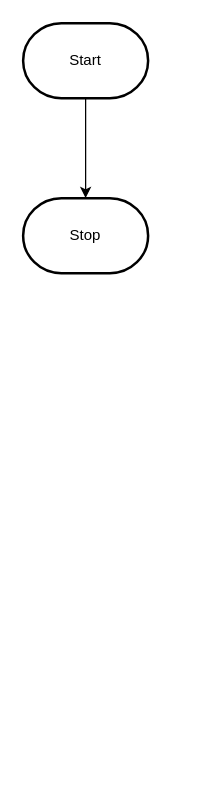
Before: design/flowchart.drawio in MTHS-TEJ2O-1-2023/TEJ2O-Unit-5-05-angelo-yalung, a draw.io diagram. Source tidied: cells renumbered, new cells numbered last; positions are measured from the earlier drawing's top-left corner, leaving out a move shared by most shapes. Both pictures are drawn from the tidied source at 125%, with x=0, y=0 at pixel (22, 22).
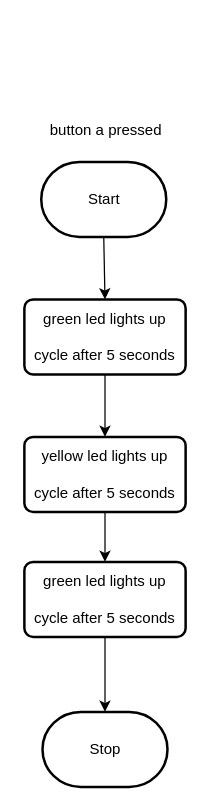
Above is the later version.

Diff of the diagram source:
```diff
@@
 <mxGraphModel>
   <root>
     <mxCell id="0" />
     <mxCell id="1" parent="0" />
-    <mxCell id="2" style="edgeStyle=orthogonalEdgeStyle;html=1;rounded=0;" parent="1" edge="1" source="3" target="4">
-      <mxGeometry relative="1" as="geometry" />
-    </mxCell>
+    <mxCell id="4" value="Stop" style="strokeWidth=2;html=1;shape=mxgraph.flowchart.terminator;whiteSpace=wrap;" parent="1" vertex="1">
+      <mxGeometry x="15.5" y="551" width="100" height="60" as="geometry" />
+    </mxCell>
+    <mxCell id="5" style="edgeStyle=none;html=1;exitX=0.5;exitY=1;exitDx=0;exitDy=0;entryX=0.5;entryY=0;entryDx=0;entryDy=0;" parent="1" edge="1" source="6" target="10">
+      <mxGeometry relative="1" as="geometry" />
+    </mxCell>
+    <mxCell id="6" value="green led lights up&lt;br&gt;&lt;br&gt;cycle after 5 seconds" style="rounded=1;whiteSpace=wrap;html=1;absoluteArcSize=1;arcSize=14;strokeWidth=2;" parent="1" vertex="1">
+      <mxGeometry x="1" y="221" width="129" height="60" as="geometry" />
+    </mxCell>
+    <mxCell id="7" style="edgeStyle=none;html=1;exitX=0.5;exitY=1;exitDx=0;exitDy=0;entryX=0.5;entryY=0;entryDx=0;entryDy=0;entryPerimeter=0;" parent="1" edge="1" source="8" target="4">
+      <mxGeometry relative="1" as="geometry" />
+    </mxCell>
+    <mxCell id="8" value="green led lights up&lt;br&gt;&lt;br&gt;cycle after 5 seconds" style="rounded=1;whiteSpace=wrap;html=1;absoluteArcSize=1;arcSize=14;strokeWidth=2;" parent="1" vertex="1">
+      <mxGeometry x="1" y="431" width="129" height="60" as="geometry" />
+    </mxCell>
+    <mxCell id="9" style="edgeStyle=none;html=1;exitX=0.5;exitY=1;exitDx=0;exitDy=0;entryX=0.5;entryY=0;entryDx=0;entryDy=0;" parent="1" edge="1" source="10" target="8">
+      <mxGeometry relative="1" as="geometry" />
+    </mxCell>
+    <mxCell id="10" value="yellow led lights up&lt;br&gt;&lt;br&gt;cycle after 5 seconds" style="rounded=1;whiteSpace=wrap;html=1;absoluteArcSize=1;arcSize=14;strokeWidth=2;" parent="1" vertex="1">
+      <mxGeometry x="1" y="331" width="129" height="60" as="geometry" />
+    </mxCell>
+    <mxCell id="11" style="edgeStyle=none;html=1;exitX=0.5;exitY=1;exitDx=0;exitDy=0;exitPerimeter=0;entryX=0.5;entryY=0;entryDx=0;entryDy=0;" parent="1" edge="1" source="3" target="6">
+      <mxGeometry relative="1" as="geometry" />
+    </mxCell>
     <mxCell id="3" value="Start" style="strokeWidth=2;html=1;shape=mxgraph.flowchart.terminator;whiteSpace=wrap;" parent="1" vertex="1">
-      <mxGeometry width="100" height="60" as="geometry" />
+      <mxGeometry x="14.5" y="111" width="100" height="60" as="geometry" />
     </mxCell>
-    <mxCell id="4" value="Stop" style="strokeWidth=2;html=1;shape=mxgraph.flowchart.terminator;whiteSpace=wrap;" parent="1" vertex="1">
-      <mxGeometry y="140" width="100" height="60" as="geometry" />
-    </mxCell>
+    <mxCell id="12" value="&lt;span style=&quot;&quot;&gt;button a pressed&lt;/span&gt;" style="text;html=1;align=center;verticalAlign=middle;strokeColor=none;fillColor=none;" parent="1" vertex="1">
+      <mxGeometry x="10.5" y="71" width="110" height="30" as="geometry" />
+    </mxCell>
   </root>
 </mxGraphModel>
```
